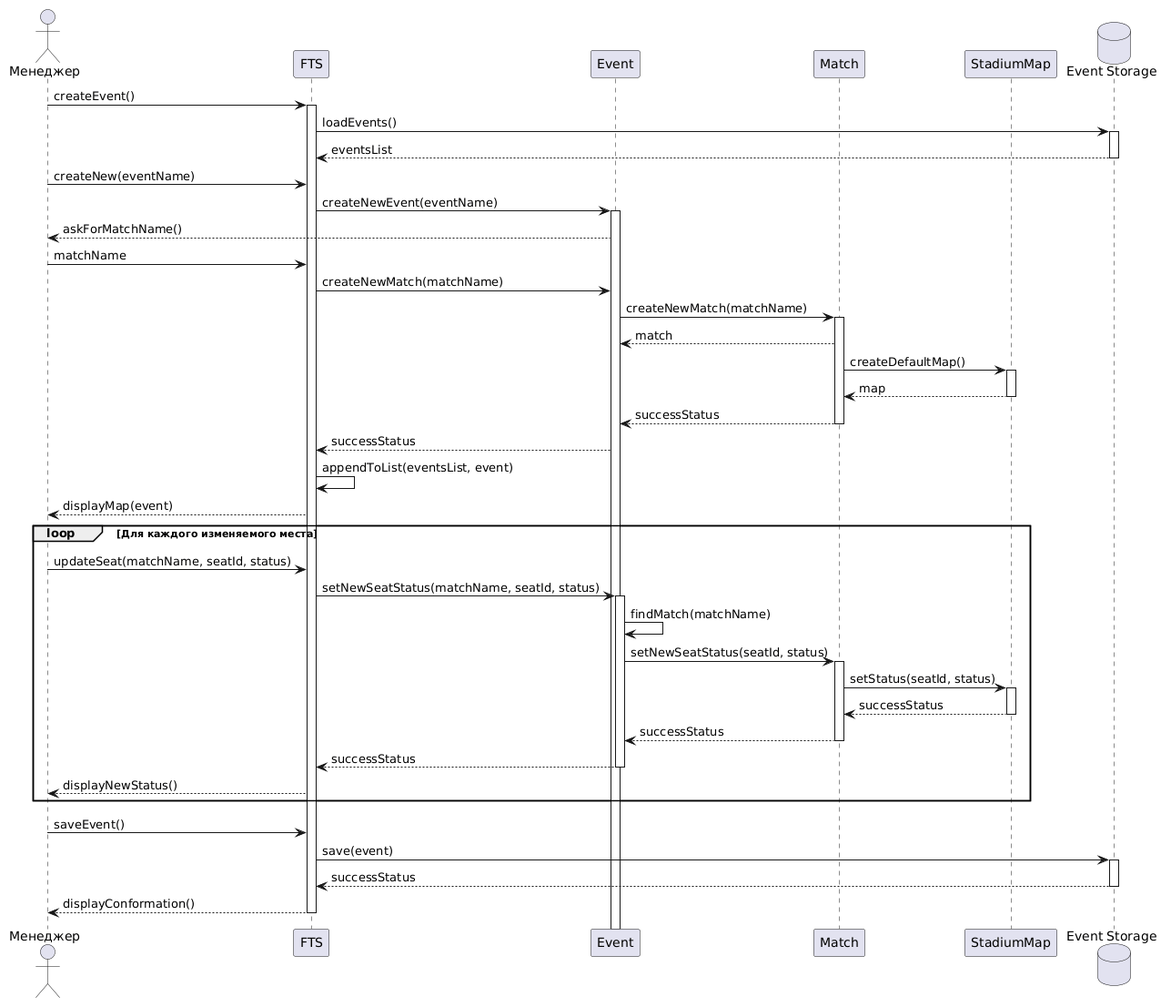
Above: source/diagram3.png in penamarth/bsbo-11-24_team5_var10_football (PlantUML), before the change.
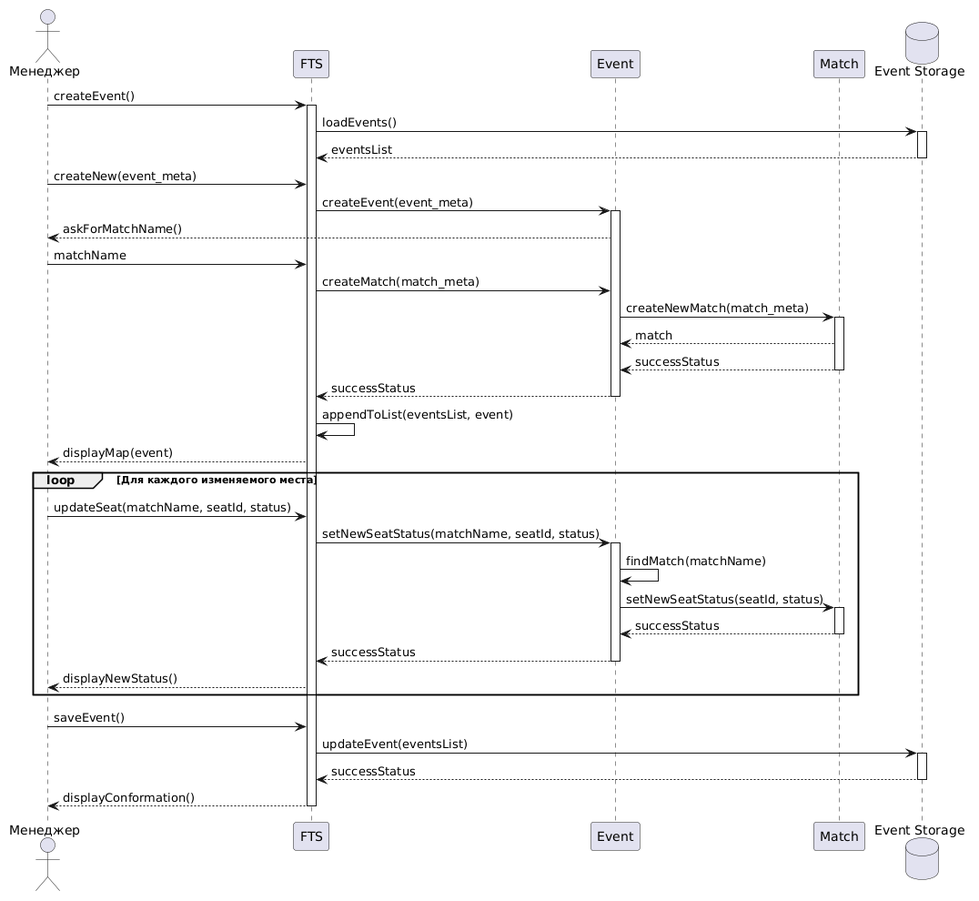
After the change.

Commit message:
Поменял изображение диаграммы

What changed in the source:
```diff
@@ -4,79 +4,50 @@
 participant "FTS" as Controller
 participant "Event" as Event
 participant "Match" as Match
-participant "StadiumMap" as Map
 database "Event Storage" as DB
 
 Manager -> Controller : createEvent()
 activate Controller
-
 Controller -> DB : loadEvents()
 activate DB
 DB --> Controller : eventsList
 deactivate DB
-
-Manager -> Controller : createNew(eventName)
-
-Controller -> Event : createNewEvent(eventName)
+Manager -> Controller : createNew(event_meta)
+Controller -> Event : createEvent(event_meta)
 activate Event
-
 Event --> Manager : askForMatchName()
 Manager -> Controller : matchName
-
-Controller -> Event : createNewMatch(matchName)
-
-Event -> Match : createNewMatch(matchName)
+Controller -> Event : createMatch(match_meta)
+Event -> Match : createNewMatch(match_meta)
 activate Match
-
 Match --> Event : match
-
-Match -> Map : createDefaultMap()
-activate Map
-Map --> Match : map
-deactivate Map
 
 Match --> Event : successStatus
 deactivate Match
-
 Event --> Controller : successStatus
-
+deactivate Event
 Controller -> Controller : appendToList(eventsList, event)
-
 Controller --> Manager : displayMap(event)
 
 loop Для каждого изменяемого места
     Manager -> Controller : updateSeat(matchName, seatId, status)
-
     Controller -> Event : setNewSeatStatus(matchName, seatId, status)
     activate Event
-
     Event -> Event : findMatch(matchName)
-
     Event -> Match : setNewSeatStatus(seatId, status)
     activate Match
-
-    Match -> Map : setStatus(seatId, status)
-    activate Map
-    Map --> Match : successStatus
-    deactivate Map
-
     Match --> Event : successStatus
     deactivate Match
-
     Event --> Controller : successStatus
     deactivate Event
-
     Controller --> Manager : displayNewStatus()
 end
 
 Manager -> Controller : saveEvent()
-
-Controller -> DB : save(event)
+Controller -> DB : updateEvent(eventsList)
 activate DB
 DB --> Controller : successStatus
 deactivate DB
-
 Controller --> Manager : displayConformation()
-
 deactivate Controller
 @enduml
```
